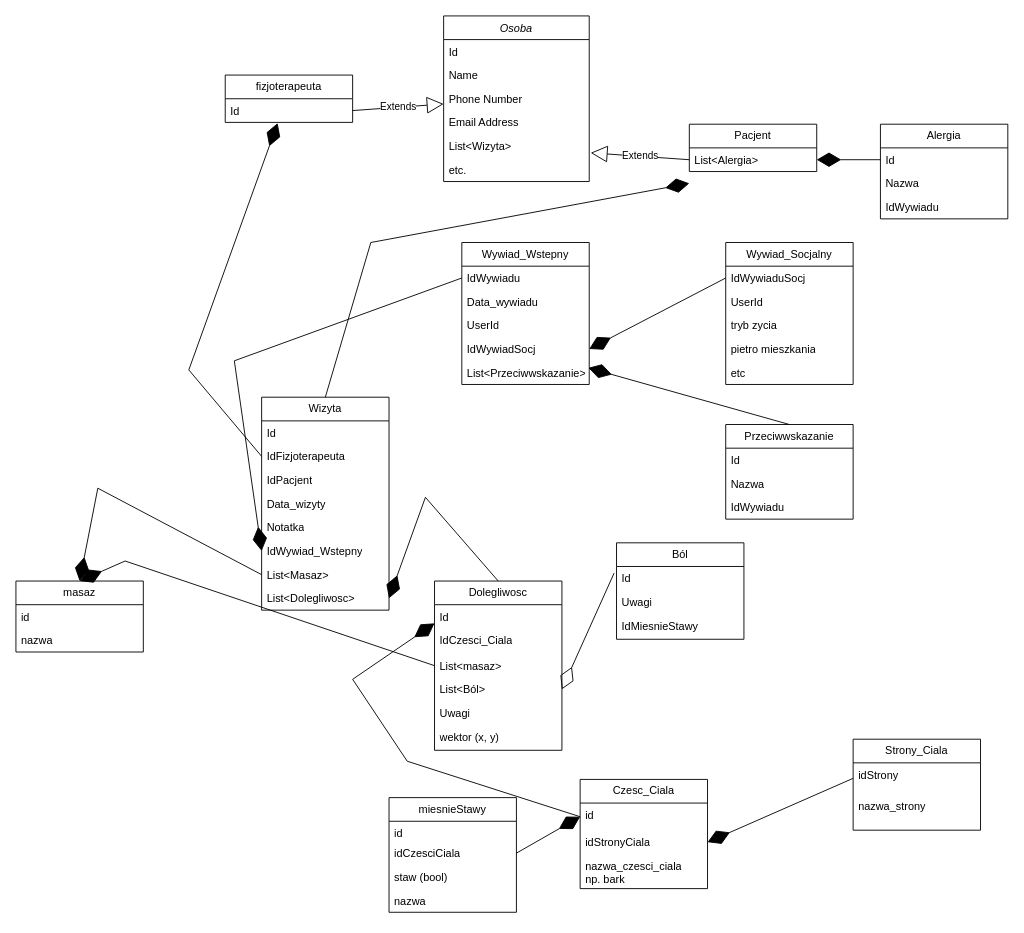
Earlier version of the draw.io diagram fizjoAppDiagram.drawio (UnFriend-PL/PracaInz-FizjoApp). Source tidied: cells renumbered, new cells numbered last; positions are measured from the earlier drawing's top-left corner, leaving out a move shared by most shapes. Both pictures are drawn from the tidied source at 91%, with x=0, y=0 at pixel (15, 15).
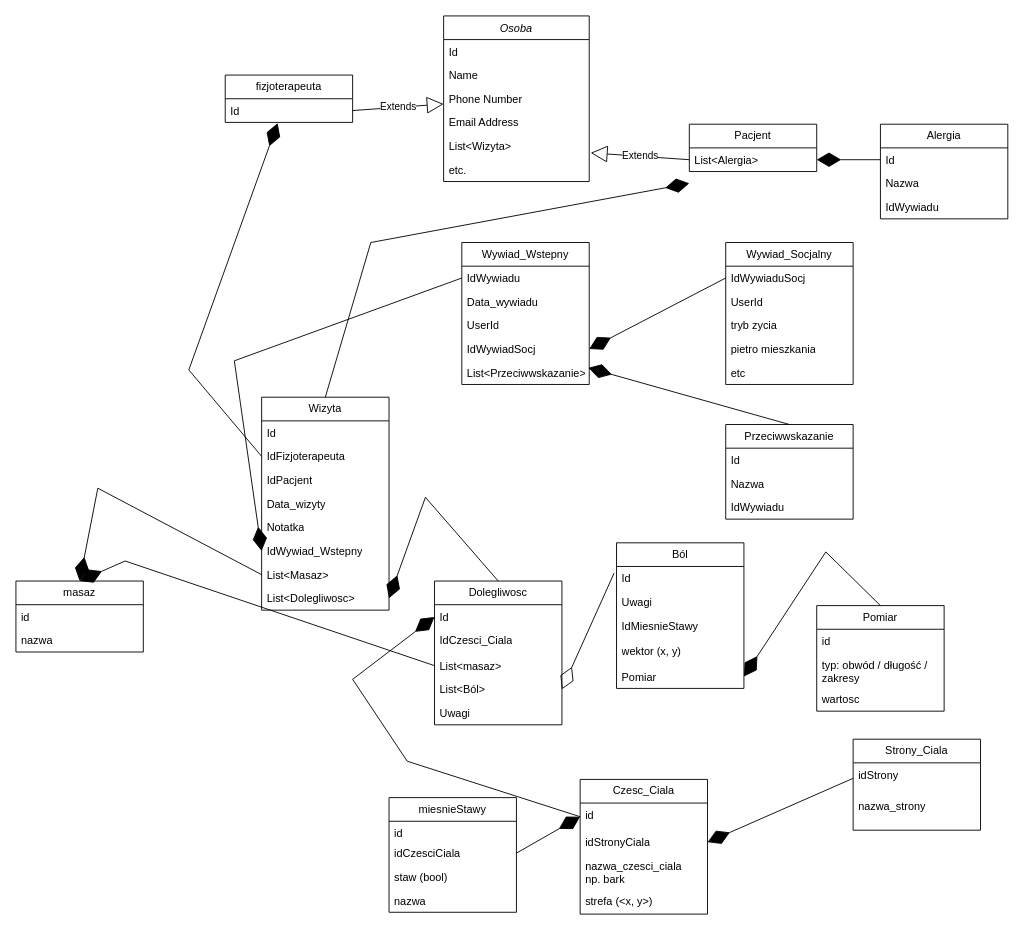
After the change.

Commit message:
prototyp diagram klas

What changed in the source:
```diff
@@
     <mxCell id="38" value="Czesc_Ciala" style="swimlane;fontStyle=0;horizontal=1;startSize=26;fillColor=none;whiteSpace=wrap;html=1;" parent="1" vertex="1">
-      <mxGeometry x="620" y="839" width="140" height="120" as="geometry" />
+      <mxGeometry x="620" y="839" width="140" height="148" as="geometry" />
     </mxCell>
@@
+    <mxCell id="58" value="strefa (&amp;lt;x, y&amp;gt;)" style="text;strokeColor=none;fillColor=none;align=left;verticalAlign=top;spacingLeft=4;spacingRight=4;overflow=hidden;whiteSpace=wrap;html=1;" parent="38" vertex="1">
+      <mxGeometry y="120" width="140" height="28" as="geometry" />
+    </mxCell>
@@
     <mxCell id="52" value="Dolegliwosc" style="swimlane;fontStyle=0;horizontal=1;startSize=26;fillColor=none;whiteSpace=wrap;html=1;" parent="1" vertex="1">
-      <mxGeometry x="460" y="621" width="140" height="186" as="geometry" />
+      <mxGeometry x="460" y="621" width="140" height="158" as="geometry" />
     </mxCell>
@@
-    <mxCell id="58" value="wektor (x, y)" style="text;strokeColor=none;fillColor=none;align=left;verticalAlign=top;spacingLeft=4;spacingRight=4;overflow=hidden;whiteSpace=wrap;html=1;" parent="52" vertex="1">
-      <mxGeometry y="158" width="140" height="28" as="geometry" />
-    </mxCell>
     <mxCell id="59" value="Ból" style="swimlane;fontStyle=0;horizontal=1;startSize=26;fillColor=none;whiteSpace=wrap;html=1;" parent="1" vertex="1">
-      <mxGeometry x="660" y="579" width="140" height="106" as="geometry" />
+      <mxGeometry x="660" y="579" width="140" height="160" as="geometry" />
     </mxCell>
@@
+    <mxCell id="83" value="wektor (x, y)" style="text;strokeColor=none;fillColor=none;align=left;verticalAlign=top;spacingLeft=4;spacingRight=4;overflow=hidden;whiteSpace=wrap;html=1;" parent="59" vertex="1">
+      <mxGeometry y="106" width="140" height="28" as="geometry" />
+    </mxCell>
+    <mxCell id="84" value="Pomiar" style="text;strokeColor=none;fillColor=none;align=left;verticalAlign=top;spacingLeft=4;spacingRight=4;overflow=hidden;points=[[0,0.5],[1,0.5]];portConstraint=eastwest;whiteSpace=wrap;html=1;" parent="59" vertex="1">
+      <mxGeometry y="134" width="140" height="26" as="geometry" />
+    </mxCell>
@@
+    <mxCell id="85" value="Pomiar" style="swimlane;fontStyle=0;horizontal=1;startSize=26;fillColor=none;whiteSpace=wrap;html=1;" parent="1" vertex="1">
+      <mxGeometry x="880" y="648" width="140" height="116" as="geometry" />
+    </mxCell>
+    <mxCell id="86" value="id" style="text;strokeColor=none;fillColor=none;align=left;verticalAlign=top;spacingLeft=4;spacingRight=4;overflow=hidden;whiteSpace=wrap;html=1;" parent="85" vertex="1">
+      <mxGeometry y="26" width="140" height="26" as="geometry" />
+    </mxCell>
+    <mxCell id="87" value="typ: obwód / długość / zakresy" style="text;strokeColor=none;fillColor=none;align=left;verticalAlign=top;spacingLeft=4;spacingRight=4;overflow=hidden;whiteSpace=wrap;html=1;" parent="85" vertex="1">
+      <mxGeometry y="52" width="140" height="38" as="geometry" />
+    </mxCell>
+    <mxCell id="88" value="wartosc" style="text;strokeColor=none;fillColor=none;align=left;verticalAlign=top;spacingLeft=4;spacingRight=4;overflow=hidden;whiteSpace=wrap;html=1;" parent="85" vertex="1">
+      <mxGeometry y="90" width="140" height="26" as="geometry" />
+    </mxCell>
+    <mxCell id="89" style="endArrow=diamondThin;endFill=1;endSize=24;html=1;rounded=0;entryX=1;entryY=0.5;entryDx=0;entryDy=0;exitX=0.5;exitY=0;exitDx=0;exitDy=0;" parent="1" edge="1" source="85" target="84">
+      <mxGeometry relative="1" as="geometry">
+        <Array as="points">
+          <mxPoint x="890" y="589" />
+        </Array>
+      </mxGeometry>
+    </mxCell>
```
